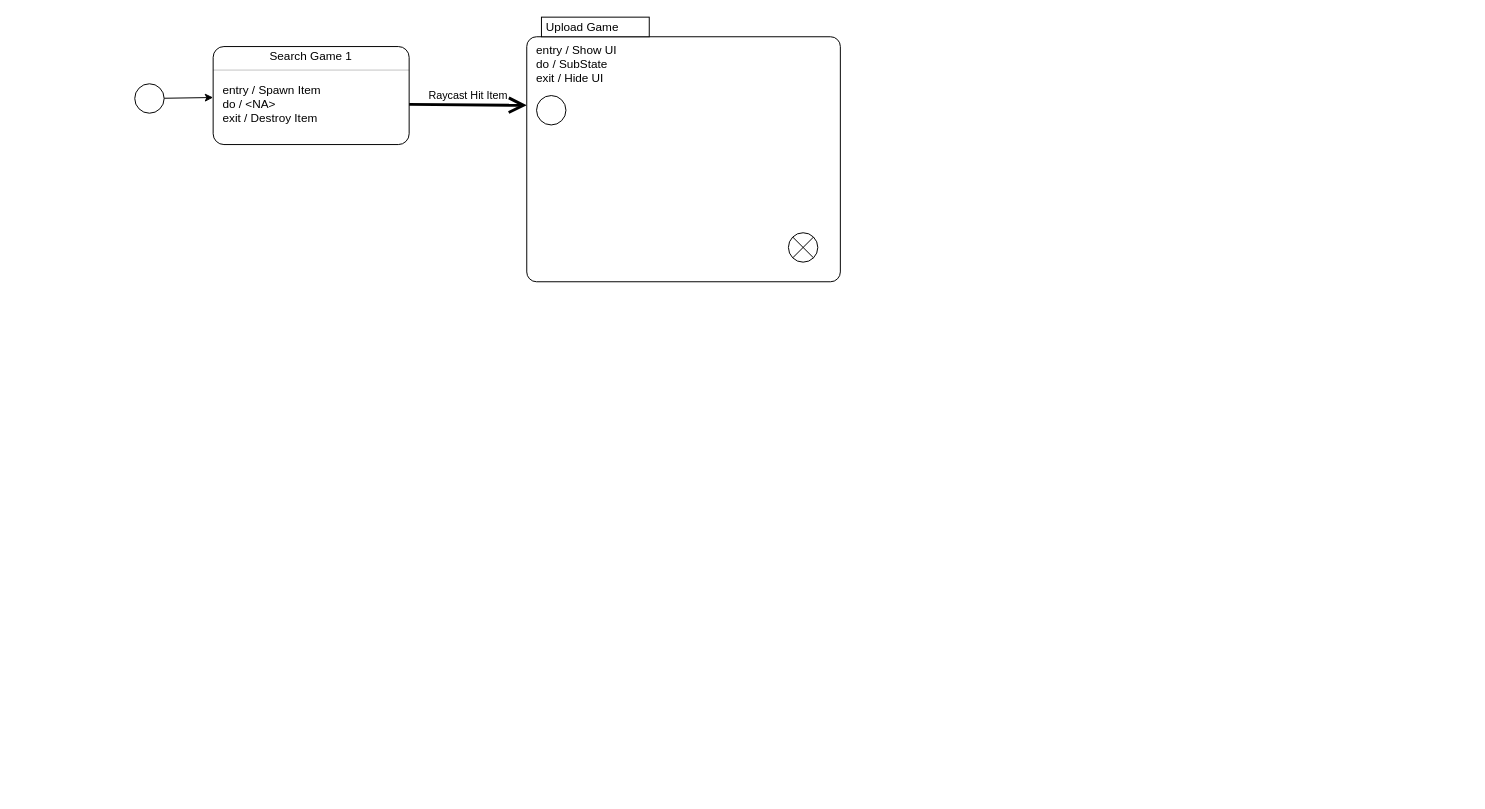
The draw.io diagram Documentation/Printer-App_Flow-Diagram.drawio in Ubus99/AR_Project, before the edit. Source tidied: cells renumbered, new cells numbered last; positions are measured from the earlier drawing's top-left corner, leaving out a move shared by most shapes. Both pictures are drawn from the tidied source at 98%, with x=0, y=0 at pixel (134, 17).
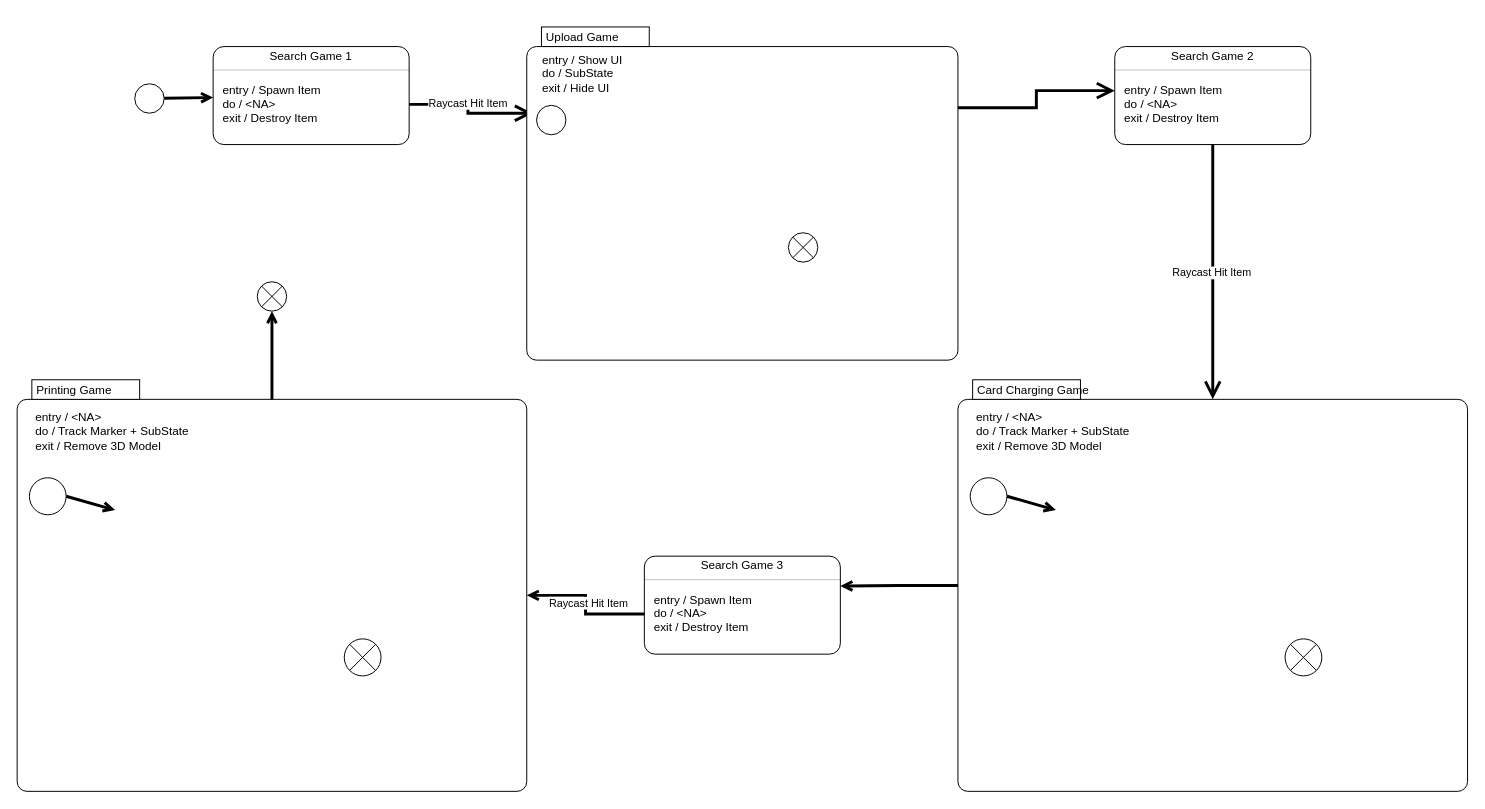
After the change.

Unchanged cells that the change refers to:
```xml
<mxCell id="3" style="ellipse;" parent="1" vertex="1">
  <mxGeometry y="68" width="30" height="30" as="geometry" />
</mxCell>
<mxCell id="8" value="entry / Spawn Item" style="html=1;align=left;spacing=0;spacingLeft=10;verticalAlign=middle;strokeColor=none;fillColor=none;whiteSpace=wrap;" parent="4" vertex="1">
  <mxGeometry y="38" width="200" height="14" as="geometry" />
</mxCell>
<mxCell id="9" value="do / &amp;lt;NA&amp;gt;" style="html=1;align=left;spacing=0;spacingLeft=10;verticalAlign=middle;strokeColor=none;fillColor=none;whiteSpace=wrap;" parent="4" vertex="1">
  <mxGeometry y="52" width="200" height="14" as="geometry" />
</mxCell>
```

Diff of the diagram source:
```diff
@@
-    <mxCell id="2" style="rounded=0;jettySize=auto;html=1;entryX=0;entryY=1;entryDx=0;entryDy=0;elbow=vertical;" parent="1" edge="1" source="3" target="8">
+    <mxCell id="2" style="rounded=0;jettySize=auto;html=1;entryX=0;entryY=1;entryDx=0;entryDy=0;elbow=vertical;strokeWidth=3;endArrow=open;endFill=0;" parent="1" edge="1" source="3" target="8">
       <mxGeometry relative="1" as="geometry" />
     </mxCell>
@@
-    <mxCell id="12" value="Raycast Hit Item" style="edgeStyle=none;html=1;endArrow=open;endSize=12;strokeWidth=3;verticalAlign=bottom;rounded=0;exitX=1;exitY=0.5;exitDx=0;exitDy=0;entryX=0;entryY=0;entryDx=0;entryDy=90;entryPerimeter=0;" parent="1" edge="1" source="9" target="13">
+    <mxCell id="12" value="Raycast Hit Item" style="html=1;endArrow=open;endSize=12;strokeWidth=3;verticalAlign=bottom;rounded=0;exitX=1;exitY=0.5;exitDx=0;exitDy=0;entryX=0.014;entryY=0.259;entryDx=0;entryDy=0;entryPerimeter=0;edgeStyle=orthogonalEdgeStyle;" parent="1" edge="1" source="9" target="13">
       <mxGeometry relative="1" as="geometry" />
     </mxCell>
+    <mxCell id="17" style="group;" parent="1" vertex="1">
+      <mxGeometry x="400" y="10" width="440" height="340" as="geometry" />
+    </mxCell>
-    <mxCell id="13" value="Upload Game" style="shape=mxgraph.sysml.compState;html=1;align=left;verticalAlign=top;spacingTop=-3;spacingLeft=18;" parent="1" vertex="1">
-      <mxGeometry x="400" width="320" height="270" as="geometry" />
+    <mxCell id="13" value="Upload Game" style="shape=mxgraph.sysml.compState;html=1;align=left;verticalAlign=top;spacingTop=-3;spacingLeft=18;" parent="17" vertex="1">
+      <mxGeometry width="440" height="340" as="geometry" />
     </mxCell>
+    <mxCell id="16" value="&lt;div&gt;entry / Show UI&lt;/div&gt;&lt;div&gt;do / SubState&lt;/div&gt;&lt;div&gt;exit / Hide UI&lt;br&gt;&lt;/div&gt;" style="text;html=1;align=left;verticalAlign=top;whiteSpace=wrap;rounded=0;spacingLeft=4;labelPosition=center;verticalLabelPosition=middle;" parent="17" vertex="1">
+      <mxGeometry x="10" y="20" width="310" height="70" as="geometry" />
+    </mxCell>
-    <mxCell id="14" style="ellipse;" parent="1" vertex="1">
-      <mxGeometry x="410" y="80" width="30" height="30" as="geometry" />
+    <mxCell id="14" style="ellipse;" parent="17" vertex="1">
+      <mxGeometry x="10" y="80" width="30" height="30" as="geometry" />
     </mxCell>
-    <mxCell id="15" style="shape=sumEllipse;perimeter=ellipsePerimeter;html=1;backgroundOutline=1;" parent="1" vertex="1">
-      <mxGeometry x="667" y="220" width="30" height="30" as="geometry" />
+    <mxCell id="15" style="shape=sumEllipse;perimeter=ellipsePerimeter;html=1;backgroundOutline=1;" parent="17" vertex="1">
+      <mxGeometry x="267" y="210" width="30" height="30" as="geometry" />
     </mxCell>
-    <mxCell id="16" value="&lt;div&gt;entry / Show UI&lt;/div&gt;&lt;div&gt;do / SubState&lt;/div&gt;&lt;div&gt;exit / Hide UI&lt;br&gt;&lt;/div&gt;" style="text;html=1;align=left;verticalAlign=top;whiteSpace=wrap;rounded=0;spacingLeft=8;labelPosition=center;verticalLabelPosition=middle;" parent="1" vertex="1">
-      <mxGeometry x="400" y="20" width="320" height="80" as="geometry" />
-    </mxCell>
+    <mxCell id="18" style="fontStyle=1;align=center;verticalAlign=middle;horizontal=1;rounded=1;absoluteArcSize=1;arcSize=22;" parent="1" vertex="1">
+      <mxGeometry x="1000" y="30" width="200" height="100" as="geometry" />
+    </mxCell>
+    <mxCell id="19" value="Search Game 2" style="html=1;align=center;spacing=0;verticalAlign=middle;strokeColor=none;fillColor=none;whiteSpace=wrap;" parent="18" vertex="1">
+      <mxGeometry width="200" height="20" as="geometry" />
+    </mxCell>
+    <mxCell id="20" style="line;strokeWidth=0.25;fillColor=none;align=left;verticalAlign=middle;spacingTop=-1;spacingLeft=3;spacingRight=3;labelPosition=right;" parent="18" vertex="1">
+      <mxGeometry y="20" width="200" height="8" as="geometry" />
+    </mxCell>
+    <mxCell id="21" style="html=1;align=left;spacing=0;spacingLeft=10;verticalAlign=middle;strokeColor=none;fillColor=none;whiteSpace=wrap;" parent="18" vertex="1">
+      <mxGeometry y="28" width="200" height="10" as="geometry" />
+    </mxCell>
+    <mxCell id="22" value="entry / Spawn Item" style="html=1;align=left;spacing=0;spacingLeft=10;verticalAlign=middle;strokeColor=none;fillColor=none;whiteSpace=wrap;" parent="18" vertex="1">
+      <mxGeometry y="38" width="200" height="14" as="geometry" />
+    </mxCell>
+    <mxCell id="23" value="do / &amp;lt;NA&amp;gt;" style="html=1;align=left;spacing=0;spacingLeft=10;verticalAlign=middle;strokeColor=none;fillColor=none;whiteSpace=wrap;" parent="18" vertex="1">
+      <mxGeometry y="52" width="200" height="14" as="geometry" />
+    </mxCell>
+    <mxCell id="24" value="exit / Destroy Item" style="html=1;align=left;spacingLeft=10;spacing=0;verticalAlign=middle;strokeColor=none;fillColor=none;whiteSpace=wrap;" parent="18" vertex="1">
+      <mxGeometry y="66" width="200" height="14" as="geometry" />
+    </mxCell>
+    <mxCell id="25" style="html=1;align=left;spacing=0;spacingLeft=10;verticalAlign=middle;strokeColor=none;fillColor=none;whiteSpace=wrap;" parent="18" vertex="1">
+      <mxGeometry y="80" width="200" height="20" as="geometry" />
+    </mxCell>
+    <mxCell id="26" style="html=1;endArrow=open;endSize=12;strokeWidth=3;verticalAlign=bottom;rounded=0;exitX=1;exitY=0;exitDx=0;exitDy=82.5;entryX=0;entryY=0.5;entryDx=0;entryDy=0;edgeStyle=orthogonalEdgeStyle;exitPerimeter=0;" parent="1" edge="1" source="13" target="22">
+      <mxGeometry relative="1" as="geometry" />
+    </mxCell>
+    <mxCell id="27" style="group;" parent="1" vertex="1">
+      <mxGeometry x="840" y="370" width="520" height="420" as="geometry" />
+    </mxCell>
+    <mxCell id="28" value="Card Charging Game" style="shape=mxgraph.sysml.compState;html=1;align=left;verticalAlign=top;spacingTop=-3;spacingLeft=18;" parent="27" vertex="1">
+      <mxGeometry width="520" height="420" as="geometry" />
+    </mxCell>
+    <mxCell id="29" value="&lt;div&gt;entry / &amp;lt;NA&amp;gt;&lt;br&gt;&lt;/div&gt;&lt;div&gt;do / Track Marker + SubState&lt;br&gt;&lt;/div&gt;&lt;div&gt;exit / Remove 3D Model&lt;br&gt;&lt;/div&gt;" style="text;html=1;align=left;verticalAlign=top;whiteSpace=wrap;rounded=0;spacingLeft=4;labelPosition=center;verticalLabelPosition=middle;" parent="27" vertex="1">
+      <mxGeometry x="12.5" y="25.2" width="387.5" height="88.1" as="geometry" />
+    </mxCell>
+    <mxCell id="30" style="rounded=0;jettySize=auto;html=1;exitX=1;exitY=0.5;exitDx=0;exitDy=0;entryX=0;entryY=0.5;entryDx=0;entryDy=0;strokeWidth=3;endArrow=open;endFill=0;" parent="27" edge="1" source="31">
+      <mxGeometry relative="1" as="geometry">
+        <mxPoint x="100" y="133" as="targetPoint" />
+      </mxGeometry>
+    </mxCell>
+    <mxCell id="31" style="ellipse;" parent="27" vertex="1">
+      <mxGeometry x="12.5" y="100" width="37.5" height="37.8" as="geometry" />
+    </mxCell>
+    <mxCell id="32" style="shape=sumEllipse;perimeter=ellipsePerimeter;html=1;backgroundOutline=1;" parent="27" vertex="1">
+      <mxGeometry x="333.8" y="264.4" width="37.5" height="37.8" as="geometry" />
+    </mxCell>
+    <mxCell id="33" style="html=1;endArrow=open;endSize=12;strokeWidth=3;verticalAlign=bottom;rounded=0;exitX=0.5;exitY=1;exitDx=0;exitDy=0;entryX=0.5;entryY=0;entryDx=0;entryDy=20;edgeStyle=orthogonalEdgeStyle;entryPerimeter=0;" parent="1" edge="1" source="25" target="28">
+      <mxGeometry relative="1" as="geometry" />
+    </mxCell>
+    <mxCell id="34" value="Raycast Hit Item" style="edgeLabel;html=1;align=center;verticalAlign=middle;" parent="33" vertex="1">
+      <mxGeometry y="-2" relative="1" as="geometry" />
+    </mxCell>
+    <mxCell id="35" style="fontStyle=1;align=center;verticalAlign=middle;horizontal=1;rounded=1;absoluteArcSize=1;arcSize=22;" parent="1" vertex="1">
+      <mxGeometry x="520" y="550" width="200" height="100" as="geometry" />
+    </mxCell>
+    <mxCell id="36" value="Search Game 3" style="html=1;align=center;spacing=0;verticalAlign=middle;strokeColor=none;fillColor=none;whiteSpace=wrap;" parent="35" vertex="1">
+      <mxGeometry width="200" height="20" as="geometry" />
+    </mxCell>
+    <mxCell id="37" style="line;strokeWidth=0.25;fillColor=none;align=left;verticalAlign=middle;spacingTop=-1;spacingLeft=3;spacingRight=3;labelPosition=right;" parent="35" vertex="1">
+      <mxGeometry y="20" width="200" height="8" as="geometry" />
+    </mxCell>
+    <mxCell id="38" style="html=1;align=left;spacing=0;spacingLeft=10;verticalAlign=middle;strokeColor=none;fillColor=none;whiteSpace=wrap;" parent="35" vertex="1">
+      <mxGeometry y="28" width="200" height="10" as="geometry" />
+    </mxCell>
+    <mxCell id="39" value="entry / Spawn Item" style="html=1;align=left;spacing=0;spacingLeft=10;verticalAlign=middle;strokeColor=none;fillColor=none;whiteSpace=wrap;" parent="35" vertex="1">
+      <mxGeometry y="38" width="200" height="14" as="geometry" />
+    </mxCell>
+    <mxCell id="40" value="do / &amp;lt;NA&amp;gt;" style="html=1;align=left;spacing=0;spacingLeft=10;verticalAlign=middle;strokeColor=none;fillColor=none;whiteSpace=wrap;" parent="35" vertex="1">
+      <mxGeometry y="52" width="200" height="14" as="geometry" />
+    </mxCell>
+    <mxCell id="41" value="exit / Destroy Item" style="html=1;align=left;spacingLeft=10;spacing=0;verticalAlign=middle;strokeColor=none;fillColor=none;whiteSpace=wrap;" parent="35" vertex="1">
+      <mxGeometry y="66" width="200" height="14" as="geometry" />
+    </mxCell>
+    <mxCell id="42" style="html=1;align=left;spacing=0;spacingLeft=10;verticalAlign=middle;strokeColor=none;fillColor=none;whiteSpace=wrap;" parent="35" vertex="1">
+      <mxGeometry y="80" width="200" height="20" as="geometry" />
+    </mxCell>
+    <mxCell id="43" style="edgeStyle=orthogonalEdgeStyle;rounded=0;jettySize=auto;html=1;entryX=1;entryY=0.25;entryDx=0;entryDy=0;jumpSize=6;strokeWidth=3;endArrow=open;endFill=0;" parent="1" edge="1" source="28" target="38">
+      <mxGeometry relative="1" as="geometry" />
+    </mxCell>
+    <mxCell id="44" style="group;" parent="1" vertex="1">
+      <mxGeometry x="-120" y="370" width="520" height="420" as="geometry" />
+    </mxCell>
+    <mxCell id="45" value="Printing Game" style="shape=mxgraph.sysml.compState;html=1;align=left;verticalAlign=top;spacingTop=-3;spacingLeft=18;" parent="44" vertex="1">
+      <mxGeometry width="520" height="420" as="geometry" />
+    </mxCell>
+    <mxCell id="46" value="&lt;div&gt;entry / &amp;lt;NA&amp;gt;&lt;br&gt;&lt;/div&gt;&lt;div&gt;do / Track Marker + SubState&lt;br&gt;&lt;/div&gt;&lt;div&gt;exit / Remove 3D Model&lt;br&gt;&lt;/div&gt;" style="text;html=1;align=left;verticalAlign=top;whiteSpace=wrap;rounded=0;spacingLeft=4;labelPosition=center;verticalLabelPosition=middle;" parent="44" vertex="1">
+      <mxGeometry x="12.5" y="25.2" width="387.5" height="88.1" as="geometry" />
+    </mxCell>
+    <mxCell id="47" style="rounded=0;jettySize=auto;html=1;exitX=1;exitY=0.5;exitDx=0;exitDy=0;entryX=0;entryY=0.5;entryDx=0;entryDy=0;strokeWidth=3;endArrow=open;endFill=0;" parent="44" edge="1" source="48">
+      <mxGeometry relative="1" as="geometry">
+        <mxPoint x="100" y="133" as="targetPoint" />
+      </mxGeometry>
+    </mxCell>
+    <mxCell id="48" style="ellipse;" parent="44" vertex="1">
+      <mxGeometry x="12.5" y="100" width="37.5" height="37.8" as="geometry" />
+    </mxCell>
+    <mxCell id="49" style="shape=sumEllipse;perimeter=ellipsePerimeter;html=1;backgroundOutline=1;" parent="44" vertex="1">
+      <mxGeometry x="333.8" y="264.4" width="37.5" height="37.8" as="geometry" />
+    </mxCell>
+    <mxCell id="50" style="edgeStyle=orthogonalEdgeStyle;rounded=0;jettySize=auto;html=1;entryX=1;entryY=0;entryDx=0;entryDy=220;entryPerimeter=0;strokeWidth=3;endArrow=open;endFill=0;" parent="1" edge="1" source="40" target="45">
+      <mxGeometry relative="1" as="geometry" />
+    </mxCell>
+    <mxCell id="51" value="Raycast Hit Item" style="edgeLabel;html=1;align=center;verticalAlign=middle;" parent="50" vertex="1">
+      <mxGeometry x="0.04" y="-2" relative="1" as="geometry" />
+    </mxCell>
+    <mxCell id="52" style="shape=sumEllipse;perimeter=ellipsePerimeter;html=1;backgroundOutline=1;" parent="1" vertex="1">
+      <mxGeometry x="125" y="270" width="30" height="30" as="geometry" />
+    </mxCell>
+    <mxCell id="53" style="edgeStyle=orthogonalEdgeStyle;rounded=0;jettySize=auto;html=1;exitX=0.5;exitY=0;exitDx=0;exitDy=20;exitPerimeter=0;entryX=0.5;entryY=1;entryDx=0;entryDy=0;strokeWidth=3;endArrow=open;endFill=0;" parent="1" edge="1" source="45" target="52">
+      <mxGeometry relative="1" as="geometry" />
+    </mxCell>
```
